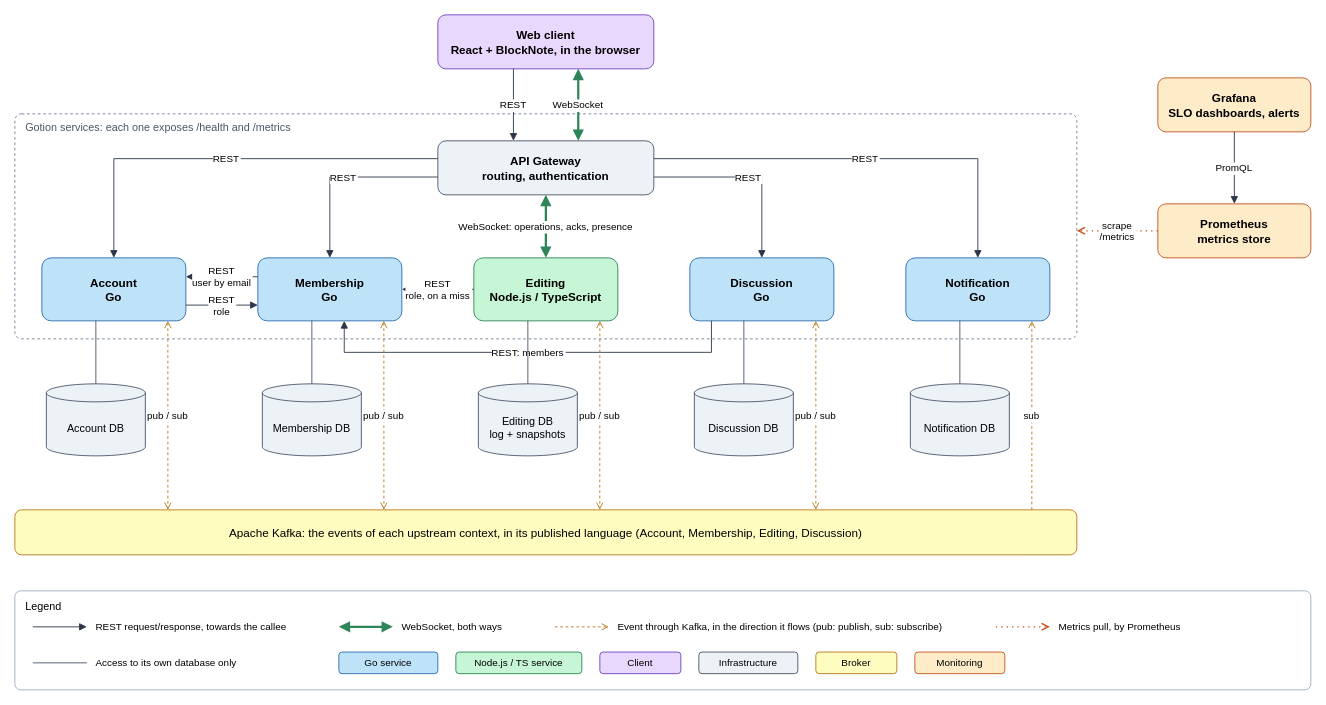
Earlier version of the draw.io diagram docs/assets/components-and-connectors/gotion.drawio (Bending-Forks/gotion). Source tidied: cells renumbered, new cells numbered last; positions are measured from the earlier drawing's top-left corner, leaving out a move shared by most shapes. Both pictures are drawn from the tidied source at 90%, with x=0, y=0 at pixel (14, 14).
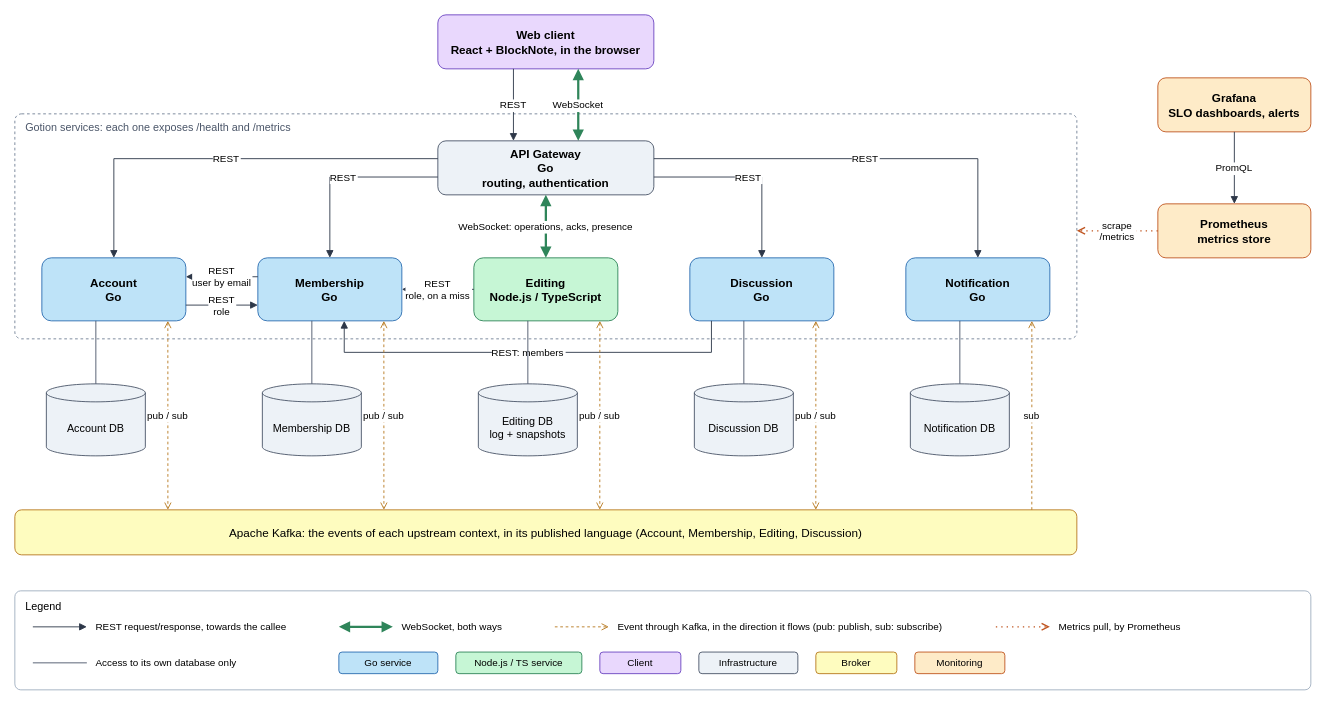
The same diagram, later.

The edit, as a diff of the source:
```diff
@@
-    <mxCell id="4" value="API Gateway&#10;routing, authentication" style="rounded=1;html=0;fillColor=#edf2f7;strokeColor=#4a5568;fontSize=13;fontStyle=1;" parent="1" vertex="1">
+    <mxCell id="4" value="API Gateway&#10;Go&#10;routing, authentication" style="rounded=1;html=0;fillColor=#edf2f7;strokeColor=#4a5568;fontSize=13;fontStyle=1;" parent="1" vertex="1">
       <mxGeometry x="470" y="140" width="240" height="60" as="geometry" />
     </mxCell>
```
